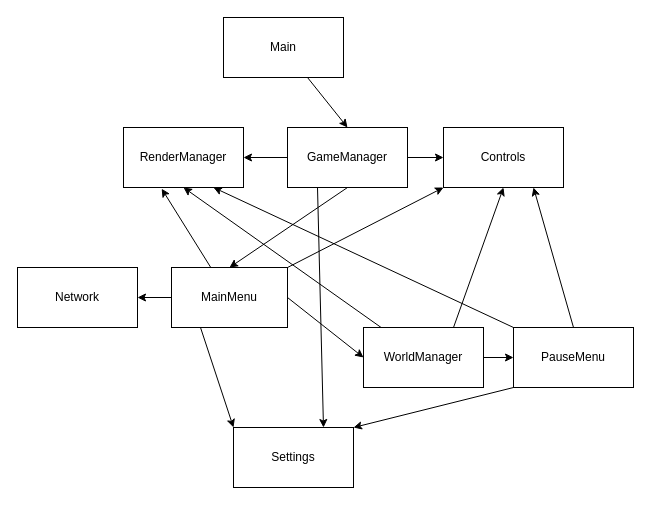
This is pics/project-arch.drawio from hammerill/Sand-Box2D, a draw.io file, before an edit. Source tidied: cells renumbered, new cells numbered last; positions are measured from the earlier drawing's top-left corner, leaving out a move shared by most shapes. Both pictures are drawn from the tidied source at 100%, with x=0, y=0 at pixel (17, 17).
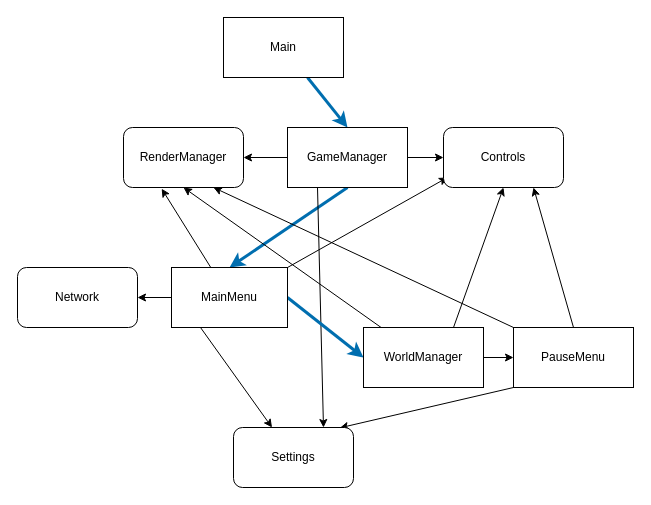
After the change.

Unchanged cells that the change refers to:
```xml
<mxCell id="3" value="Main" style="whiteSpace=wrap;html=1;" parent="1" vertex="1">
  <mxGeometry x="206" width="120" height="60" as="geometry" />
</mxCell>
<mxCell id="8" value="GameManager&lt;br&gt;" style="whiteSpace=wrap;html=1;" parent="1" vertex="1">
  <mxGeometry x="270" y="110" width="120" height="60" as="geometry" />
</mxCell>
<mxCell id="15" value="MainMenu" style="whiteSpace=wrap;html=1;" parent="1" vertex="1">
  <mxGeometry x="154" y="250" width="116" height="60" as="geometry" />
</mxCell>
<mxCell id="21" value="WorldManager" style="whiteSpace=wrap;html=1;" parent="1" vertex="1">
  <mxGeometry x="346" y="310" width="120" height="60" as="geometry" />
</mxCell>
<mxCell id="25" value="PauseMenu" style="whiteSpace=wrap;html=1;" parent="1" vertex="1">
  <mxGeometry x="496" y="310" width="120" height="60" as="geometry" />
</mxCell>
```

The edit, as a diff of the source:
```diff
@@
-    <mxCell id="2" style="edgeStyle=none;html=1;entryX=0.5;entryY=0;entryDx=0;entryDy=0;" parent="1" edge="1" source="3" target="8">
+    <mxCell id="2" style="edgeStyle=none;html=1;entryX=0.5;entryY=0;entryDx=0;entryDy=0;strokeWidth=3;fillColor=#1ba1e2;strokeColor=#006EAF;" parent="1" edge="1" source="3" target="8">
       <mxGeometry relative="1" as="geometry" />
     </mxCell>
@@
-    <mxCell id="4" style="edgeStyle=none;html=1;exitX=0.5;exitY=1;exitDx=0;exitDy=0;entryX=0.5;entryY=0;entryDx=0;entryDy=0;" parent="1" edge="1" source="8" target="15">
+    <mxCell id="4" style="edgeStyle=none;html=1;exitX=0.5;exitY=1;exitDx=0;exitDy=0;entryX=0.5;entryY=0;entryDx=0;entryDy=0;strokeWidth=3;fillColor=#1ba1e2;strokeColor=#006EAF;" parent="1" edge="1" source="8" target="15">
       <mxGeometry relative="1" as="geometry" />
     </mxCell>
@@
-    <mxCell id="9" value="RenderManager" style="whiteSpace=wrap;html=1;" parent="1" vertex="1">
+    <mxCell id="9" value="RenderManager" style="whiteSpace=wrap;html=1;rounded=1;" parent="1" vertex="1">
       <mxGeometry x="106" y="110" width="120" height="60" as="geometry" />
     </mxCell>
@@
-    <mxCell id="11" style="edgeStyle=none;html=1;exitX=1;exitY=0;exitDx=0;exitDy=0;entryX=0;entryY=1;entryDx=0;entryDy=0;" parent="1" edge="1" source="15" target="16">
+    <mxCell id="11" style="edgeStyle=none;html=1;exitX=1;exitY=0;exitDx=0;exitDy=0;entryX=0.033;entryY=0.833;entryDx=0;entryDy=0;entryPerimeter=0;" parent="1" edge="1" source="15" target="16">
       <mxGeometry relative="1" as="geometry" />
     </mxCell>
@@
-    <mxCell id="13" style="edgeStyle=none;html=1;exitX=1;exitY=0.5;exitDx=0;exitDy=0;entryX=0;entryY=0.5;entryDx=0;entryDy=0;" parent="1" edge="1" source="15" target="21">
+    <mxCell id="13" style="edgeStyle=none;html=1;exitX=1;exitY=0.5;exitDx=0;exitDy=0;entryX=0;entryY=0.5;entryDx=0;entryDy=0;strokeWidth=3;fillColor=#1ba1e2;strokeColor=#006EAF;" parent="1" edge="1" source="15" target="21">
       <mxGeometry relative="1" as="geometry" />
     </mxCell>
-    <mxCell id="14" style="edgeStyle=none;html=1;exitX=0.25;exitY=1;exitDx=0;exitDy=0;entryX=0;entryY=0;entryDx=0;entryDy=0;" parent="1" edge="1" source="15" target="26">
+    <mxCell id="14" style="edgeStyle=none;html=1;exitX=0.25;exitY=1;exitDx=0;exitDy=0;" parent="1" edge="1" source="15" target="26">
       <mxGeometry relative="1" as="geometry" />
     </mxCell>
@@
-    <mxCell id="16" value="Controls" style="whiteSpace=wrap;html=1;" parent="1" vertex="1">
+    <mxCell id="16" value="Controls" style="whiteSpace=wrap;html=1;rounded=1;" parent="1" vertex="1">
       <mxGeometry x="426" y="110" width="120" height="60" as="geometry" />
     </mxCell>
-    <mxCell id="17" value="Network" style="whiteSpace=wrap;html=1;" parent="1" vertex="1">
+    <mxCell id="17" value="Network" style="whiteSpace=wrap;html=1;rounded=1;" parent="1" vertex="1">
       <mxGeometry y="250" width="120" height="60" as="geometry" />
     </mxCell>
@@
-    <mxCell id="24" style="edgeStyle=none;html=1;exitX=0;exitY=1;exitDx=0;exitDy=0;entryX=1;entryY=0;entryDx=0;entryDy=0;" parent="1" edge="1" source="25" target="26">
+    <mxCell id="24" style="edgeStyle=none;html=1;exitX=0;exitY=1;exitDx=0;exitDy=0;entryX=0.886;entryY=0.006;entryDx=0;entryDy=0;entryPerimeter=0;" parent="1" edge="1" source="25" target="26">
       <mxGeometry relative="1" as="geometry" />
     </mxCell>
@@
-    <mxCell id="26" value="Settings" style="whiteSpace=wrap;html=1;" parent="1" vertex="1">
+    <mxCell id="26" value="Settings" style="whiteSpace=wrap;html=1;rounded=1;" parent="1" vertex="1">
       <mxGeometry x="216" y="410" width="120" height="60" as="geometry" />
     </mxCell>
```
